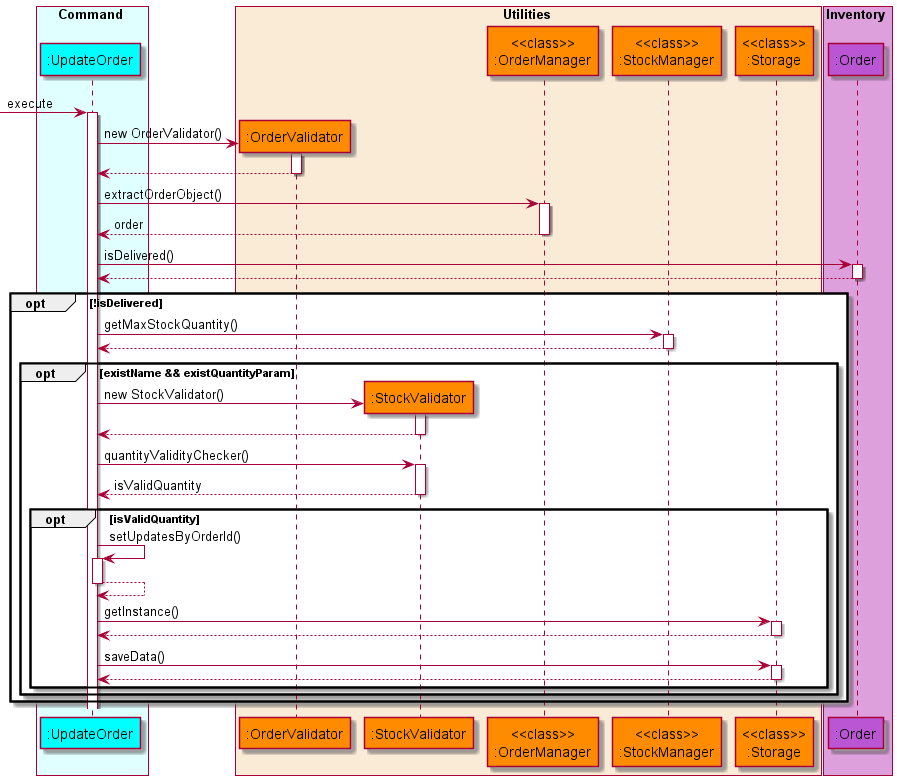
Above: docs/diagrams/diagram_images/UpdateOrderSequenceDiagram.png in nus-cs2113-AY2122S1/tp (PlantUML), before the change.
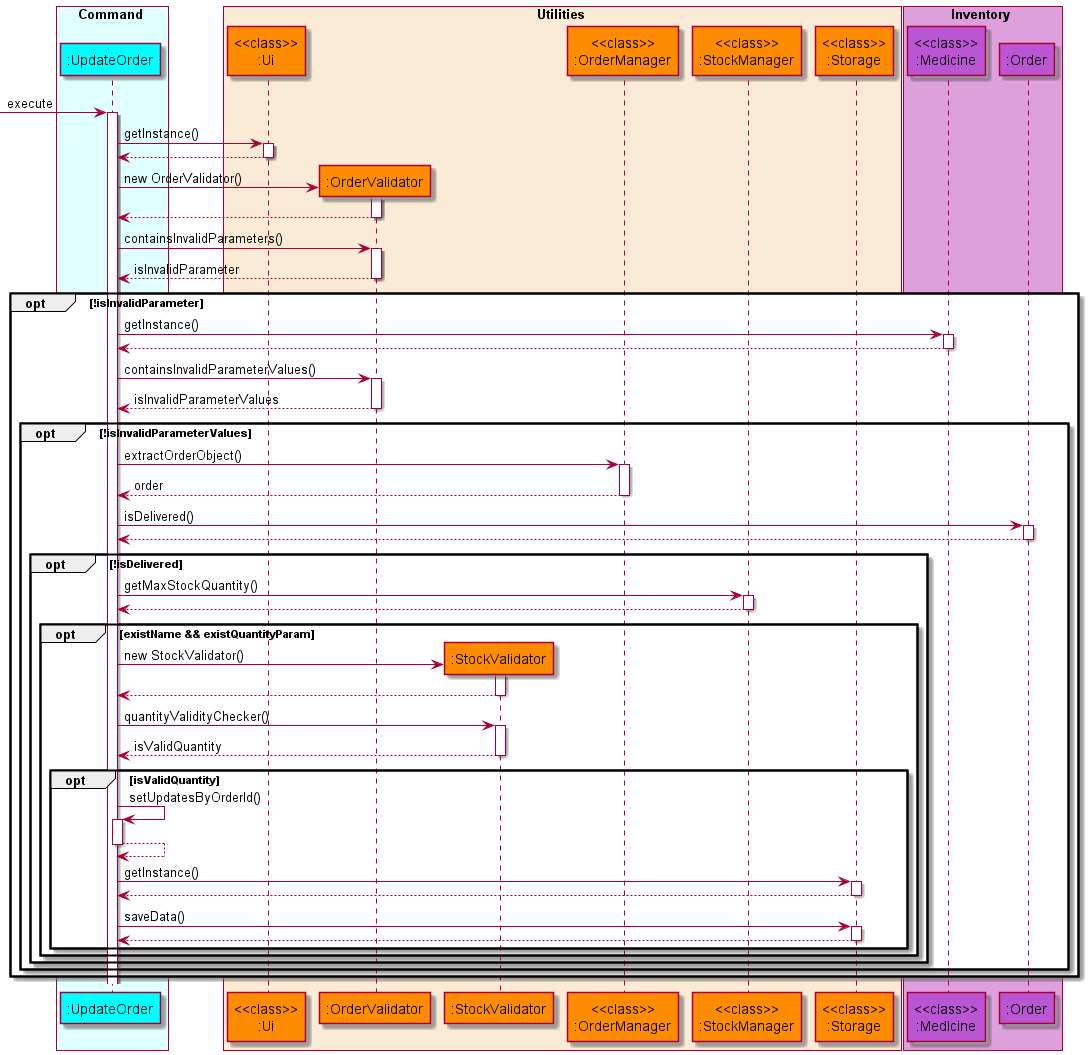
After the commit.

Commit message:
Modify sequence diagram for update commands

Change to the diagram source:
```diff
@@ -7,6 +7,7 @@
 end box
 
 box Utilities COLOR_UTILITIES_BOX
+    participant "<<class>>\n:Ui" as ui COLOR_UTILITIES
     participant ":OrderValidator" as ordervalidator COLOR_UTILITIES
     participant ":StockValidator" as stockvalidator COLOR_UTILITIES
     participant "<<class>>\n:OrderManager" as ordermanager COLOR_UTILITIES
@@ -15,35 +16,52 @@
 end box
 
 box Inventory COLOR_INVENTORY_BOX
+    participant "<<class>>\n:Medicine" as medicine COLOR_INVENTORY
     participant ":Order" as order COLOR_INVENTORY
 end box
 
 autoactivate on
 
 -> updateorder: execute
+    updateorder -> ui: getInstance()
+    updateorder <-- ui
     create ordervalidator
     updateorder -> ordervalidator: new OrderValidator()
     updateorder <-- ordervalidator
-    updateorder -> ordermanager: extractOrderObject()
-    updateorder <-- ordermanager: order
-    updateorder -> order: isDelivered()
-    updateorder <-- order
-    opt !isDelivered
-        updateorder -> stockmanager: getMaxStockQuantity()
-        updateorder <-- stockmanager
-        opt existName && existQuantityParam
-            create stockvalidator
-            updateorder -> stockvalidator: new StockValidator()
-            updateorder <-- stockvalidator
-            updateorder -> stockvalidator: quantityValidityChecker()
-            updateorder <-- stockvalidator: isValidQuantity
-            opt isValidQuantity
-                updateorder -> updateorder: setUpdatesByOrderId()
-                updateorder --> updateorder
-                updateorder -> storage: getInstance()
-                updateorder <-- storage
-                updateorder -> storage: saveData()
-                updateorder <-- storage
+
+    updateorder -> ordervalidator: containsInvalidParameters()
+    updateorder <-- ordervalidator: isInvalidParameter
+
+    opt !isInvalidParameter
+        updateorder -> medicine: getInstance()
+        updateorder <-- medicine
+        updateorder -> ordervalidator: containsInvalidParameterValues()
+        updateorder <-- ordervalidator: isInvalidParameterValues
+
+        opt !isInvalidParameterValues
+
+            updateorder -> ordermanager: extractOrderObject()
+            updateorder <-- ordermanager: order
+            updateorder -> order: isDelivered()
+            updateorder <-- order
+            opt !isDelivered
+                updateorder -> stockmanager: getMaxStockQuantity()
+                updateorder <-- stockmanager
+                opt existName && existQuantityParam
+                    create stockvalidator
+                    updateorder -> stockvalidator: new StockValidator()
+                    updateorder <-- stockvalidator
+                    updateorder -> stockvalidator: quantityValidityChecker()
+                    updateorder <-- stockvalidator: isValidQuantity
+                    opt isValidQuantity
+                        updateorder -> updateorder: setUpdatesByOrderId()
+                        updateorder --> updateorder
+                        updateorder -> storage: getInstance()
+                        updateorder <-- storage
+                        updateorder -> storage: saveData()
+                        updateorder <-- storage
+                    end
+                end
             end
         end
     end
```
